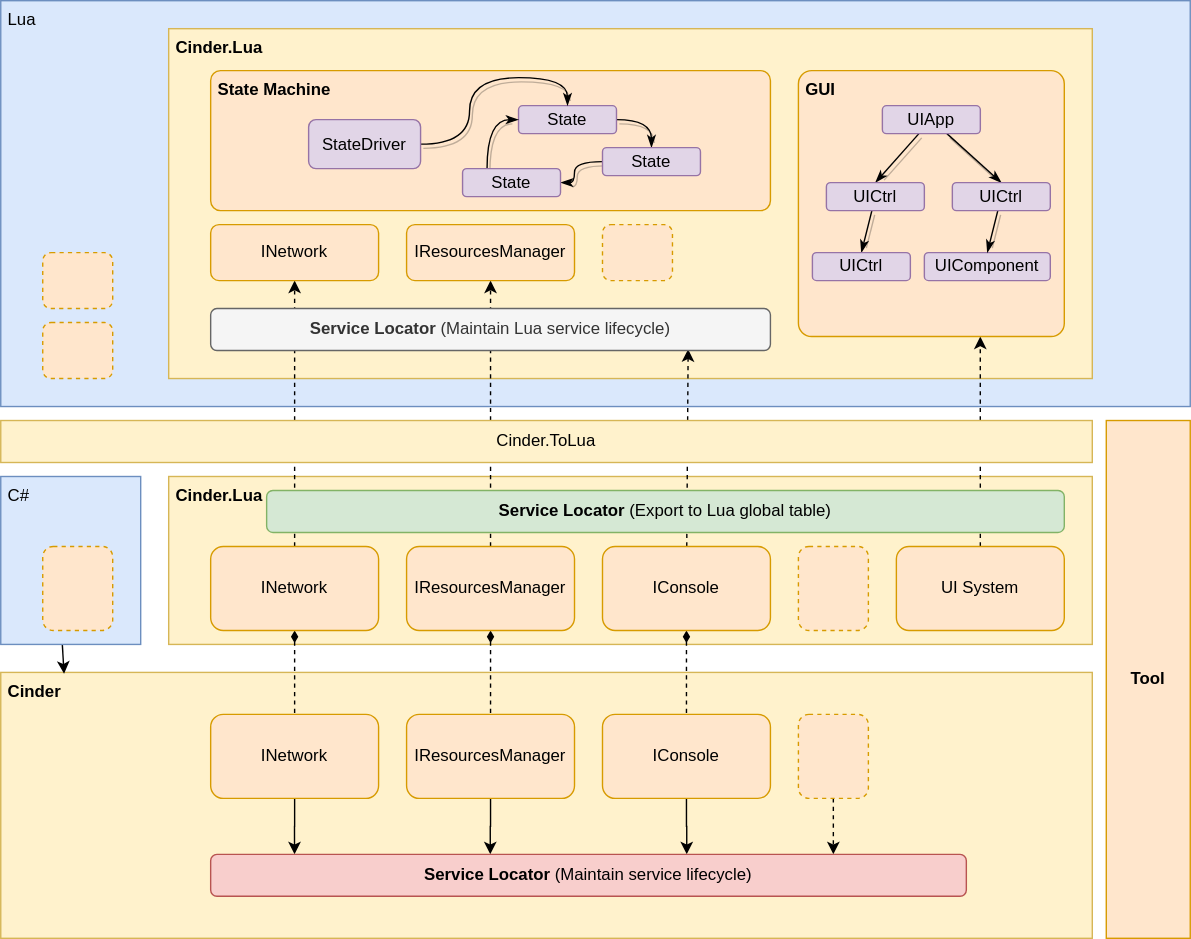
This is source/assets/framework/client_framework.svg from G-Cinder/Memoranda, a draw.io export, as it was before one commit. Source tidied: cells renumbered, new cells last; positions are measured from the earlier drawing's top-left corner, leaving out a move shared by most shapes.
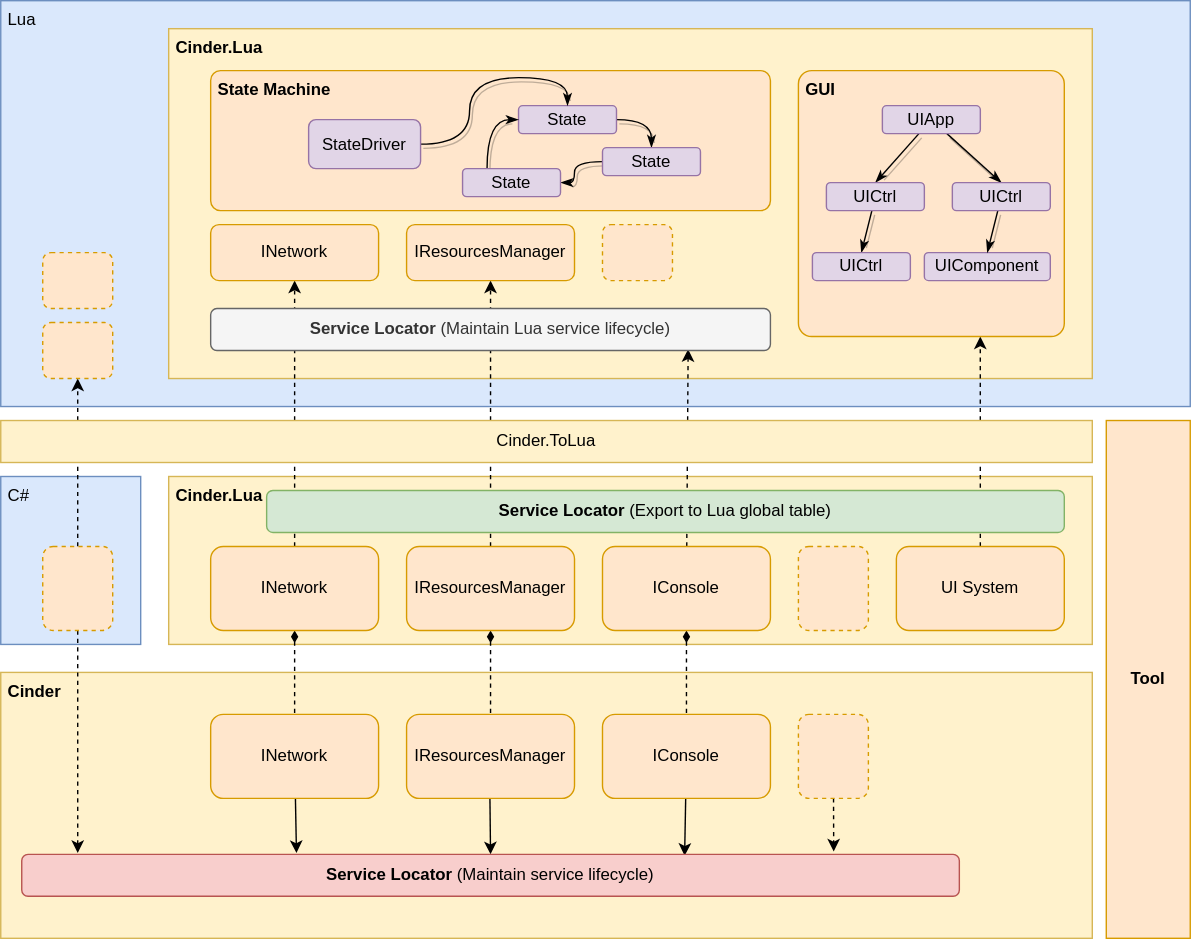
The same file after the commit.

Commit message:
Update framework diagram.

Diff of the diagram source:
```diff
@@ -2,6 +2,9 @@
   <root>
     <mxCell id="0" />
     <mxCell id="1" parent="0" />
+    <mxCell id="27" value="&amp;nbsp;C#" style="rounded=0;whiteSpace=wrap;html=1;align=left;fillColor=#dae8fc;strokeColor=#6c8ebf;fontColor=#000000;verticalAlign=top;" parent="1" vertex="1">
+      <mxGeometry y="340" width="100" height="120" as="geometry" />
+    </mxCell>
     <mxCell id="2" value="&amp;nbsp;Lua" style="rounded=0;whiteSpace=wrap;html=1;align=left;fillColor=#dae8fc;strokeColor=#6c8ebf;fontColor=#000000;verticalAlign=top;" parent="1" vertex="1">
       <mxGeometry width="850" height="290" as="geometry" />
     </mxCell>
@@ -11,25 +14,27 @@
     <mxCell id="4" value="&amp;nbsp;Cinder" style="rounded=0;whiteSpace=wrap;html=1;align=left;verticalAlign=top;fillColor=#fff2cc;strokeColor=#d6b656;fontColor=#000000;fontStyle=1;" parent="1" vertex="1">
       <mxGeometry y="480" width="780" height="190" as="geometry" />
     </mxCell>
-    <mxCell id="5" style="edgeStyle=orthogonalEdgeStyle;rounded=0;jettySize=auto;html=1;entryX=0.111;entryY=0;entryDx=0;entryDy=0;entryPerimeter=0;strokeColor=#000000;" parent="1" edge="1" source="6" target="25">
+    <mxCell id="5" style="rounded=0;jettySize=auto;html=1;strokeColor=#000000;entryX=0.293;entryY=-0.033;entryDx=0;entryDy=0;entryPerimeter=0;" parent="1" edge="1" source="6" target="25">
       <mxGeometry relative="1" as="geometry" />
     </mxCell>
     <mxCell id="6" value="INetwork" style="rounded=1;whiteSpace=wrap;html=1;align=center;fillColor=#ffe6cc;strokeColor=#d79b00;fontColor=#000000;" parent="1" vertex="1">
       <mxGeometry x="150" y="510" width="120" height="60" as="geometry" />
     </mxCell>
-    <mxCell id="7" style="edgeStyle=orthogonalEdgeStyle;rounded=0;jettySize=auto;html=1;entryX=0.37;entryY=0;entryDx=0;entryDy=0;entryPerimeter=0;strokeColor=#000000;" parent="1" edge="1" source="8" target="25">
-      <mxGeometry relative="1" as="geometry" />
+    <mxCell id="7" style="rounded=0;jettySize=auto;html=1;entryX=0.5;entryY=0;entryDx=0;entryDy=0;strokeColor=#000000;" parent="1" edge="1" target="25">
+      <mxGeometry relative="1" as="geometry">
+        <mxPoint x="349.6" y="570" as="sourcePoint" />
+      </mxGeometry>
     </mxCell>
     <mxCell id="8" value="IResourcesManager" style="rounded=1;whiteSpace=wrap;html=1;align=center;fillColor=#ffe6cc;strokeColor=#d79b00;fontColor=#000000;" parent="1" vertex="1">
       <mxGeometry x="290" y="510" width="120" height="60" as="geometry" />
     </mxCell>
-    <mxCell id="9" style="edgeStyle=orthogonalEdgeStyle;rounded=0;jettySize=auto;html=1;entryX=0.63;entryY=0;entryDx=0;entryDy=0;entryPerimeter=0;strokeColor=#000000;" parent="1" edge="1" source="10" target="25">
+    <mxCell id="9" style="rounded=0;jettySize=auto;html=1;strokeColor=#000000;entryX=0.707;entryY=0.033;entryDx=0;entryDy=0;entryPerimeter=0;" parent="1" edge="1" source="10" target="25">
       <mxGeometry relative="1" as="geometry" />
     </mxCell>
     <mxCell id="10" value="IConsole" style="rounded=1;whiteSpace=wrap;html=1;align=center;fillColor=#ffe6cc;strokeColor=#d79b00;fontColor=#000000;" parent="1" vertex="1">
       <mxGeometry x="430" y="510" width="120" height="60" as="geometry" />
     </mxCell>
-    <mxCell id="11" style="edgeStyle=orthogonalEdgeStyle;rounded=0;jettySize=auto;html=1;entryX=0.824;entryY=0;entryDx=0;entryDy=0;entryPerimeter=0;dashed=1;strokeColor=#000000;" parent="1" edge="1" source="12" target="25">
+    <mxCell id="11" style="rounded=0;jettySize=auto;html=1;dashed=1;strokeColor=#000000;entryX=0.866;entryY=-0.067;entryDx=0;entryDy=0;entryPerimeter=0;" parent="1" edge="1" source="12" target="25">
       <mxGeometry relative="1" as="geometry" />
     </mxCell>
     <mxCell id="12" style="rounded=1;whiteSpace=wrap;html=1;align=center;dashed=1;fillColor=#ffe6cc;strokeColor=#d79b00;fontColor=#000000;" parent="1" vertex="1">
@@ -72,14 +77,16 @@
       <mxGeometry x="640" y="390" width="120" height="60" as="geometry" />
     </mxCell>
     <mxCell id="25" value="Service Locator&amp;nbsp;&lt;span style=&quot;font-weight: normal&quot;&gt;(Maintain service lifecycle)&lt;/span&gt;" style="rounded=1;whiteSpace=wrap;html=1;align=center;fillColor=#f8cecc;strokeColor=#b85450;fontColor=#000000;fontStyle=1;" parent="1" vertex="1">
-      <mxGeometry x="150" y="610" width="540" height="30" as="geometry" />
+      <mxGeometry x="15" y="610" width="670" height="30" as="geometry" />
     </mxCell>
-    <mxCell id="26" style="rounded=0;jettySize=auto;html=1;exitX=0.44;exitY=1;exitDx=0;exitDy=0;strokeColor=#000000;entryX=0.058;entryY=0.005;entryDx=0;entryDy=0;entryPerimeter=0;exitPerimeter=0;" parent="1" edge="1" source="27" target="4">
-      <mxGeometry relative="1" as="geometry" />
+    <mxCell id="26" style="rounded=0;jettySize=auto;html=1;exitX=0.5;exitY=1;exitDx=0;exitDy=0;strokeColor=#000000;dashed=1;" parent="1" edge="1" source="45">
+      <mxGeometry relative="1" as="geometry">
+        <mxPoint x="55" y="609" as="targetPoint" />
+      </mxGeometry>
     </mxCell>
-    <mxCell id="27" value="&amp;nbsp;C#" style="rounded=0;whiteSpace=wrap;html=1;align=left;fillColor=#dae8fc;strokeColor=#6c8ebf;fontColor=#000000;verticalAlign=top;" parent="1" vertex="1">
-      <mxGeometry y="340" width="100" height="120" as="geometry" />
-    </mxCell>
+    <mxCell id="59" style="rounded=0;jettySize=auto;html=1;entryX=0.5;entryY=1;entryDx=0;entryDy=0;dashed=1;exitX=0.5;exitY=0;exitDx=0;exitDy=0;" parent="1" edge="1" source="45" target="57">
+      <mxGeometry relative="1" as="geometry" />
+    </mxCell>
     <mxCell id="28" style="rounded=1;whiteSpace=wrap;html=1;align=center;dashed=1;fillColor=#ffe6cc;strokeColor=#d79b00;fontColor=#000000;" parent="1" vertex="1">
       <mxGeometry x="570" y="390" width="50" height="60" as="geometry" />
     </mxCell>
```
